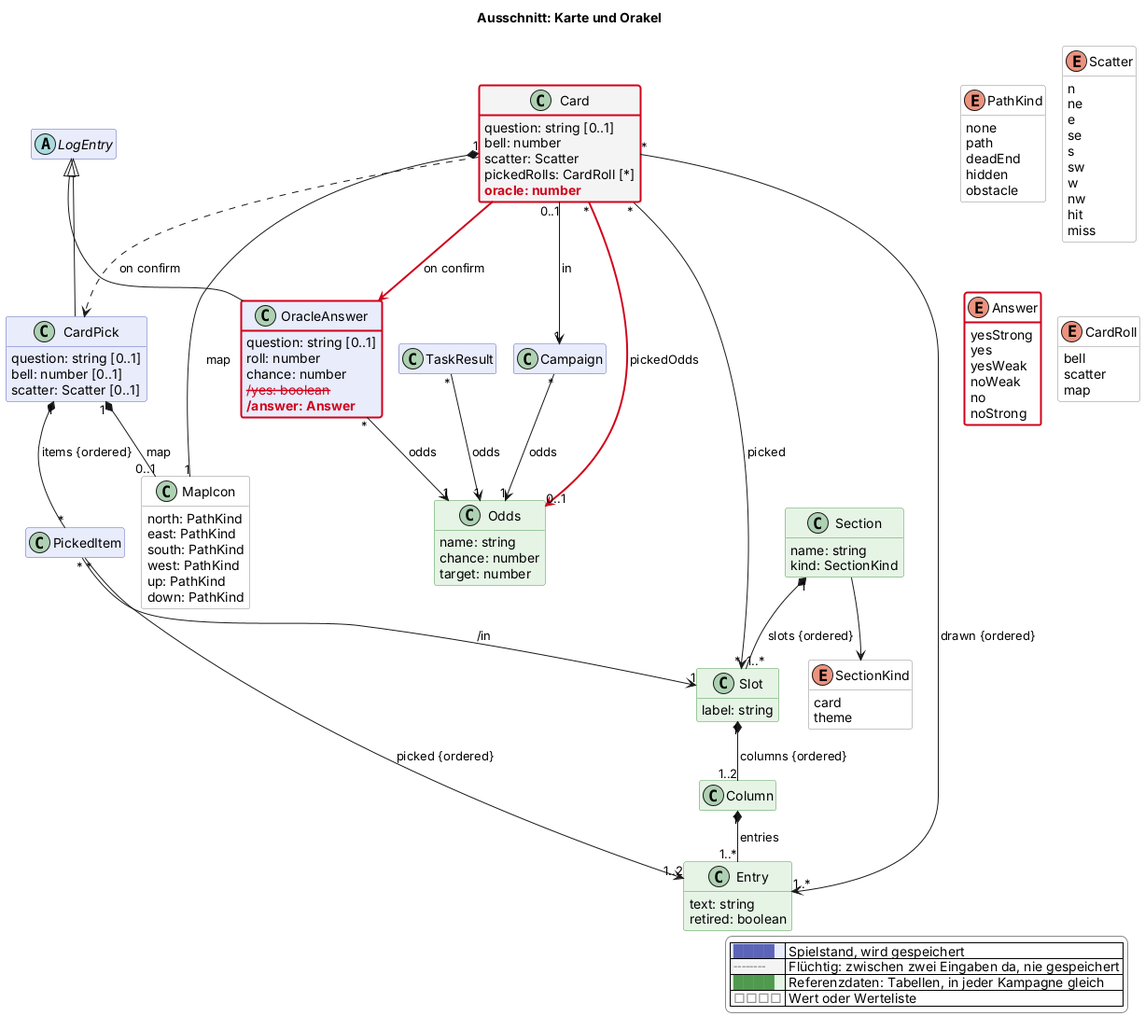
This is docs/views/karte.png from scuzzar/SRE, a PlantUML export, as it was before one commit.
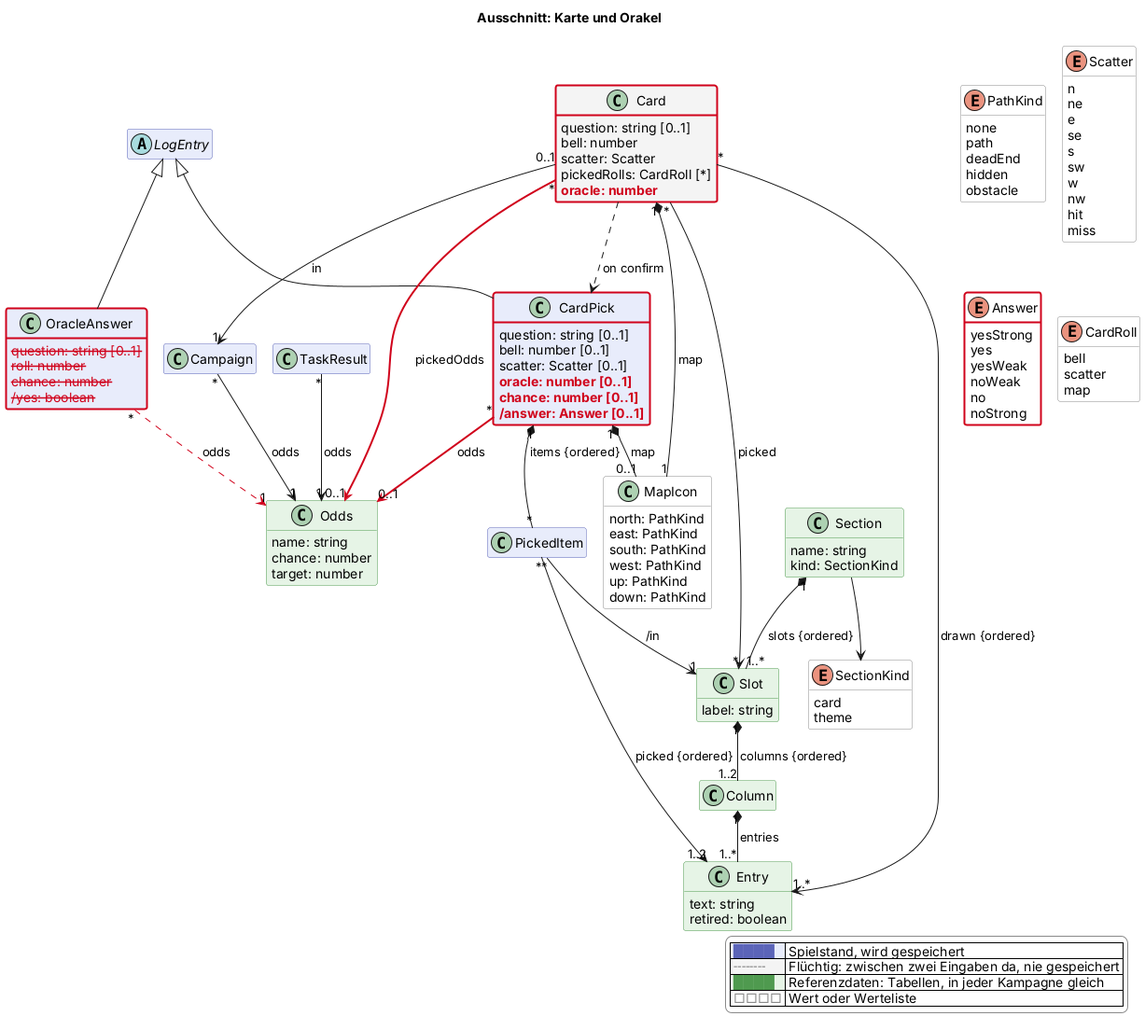
After the change.

Commit message:
Modell und Entwurf: Orakel auf der Karte, neuer Aufbau des Orakel-Screens

Diff of the diagram source:
```diff
@@ -72,16 +72,18 @@
 
   abstract class LogEntry $probe
   class OracleAnswer $karte {
-    question: string [0..1]
-    roll: number
-    chance: number
+    $gone("2026-11-14d", "question: string [0..1]")
+    $gone("2026-11-14d", "roll: number")
+    $gone("2026-11-14d", "chance: number")
     $gone("2026-11-14d", "/yes: boolean")
-    $new("2026-11-14d", "/answer: Answer")
   }
   class CardPick $karte {
     question: string [0..1]
     bell: number [0..1]
     scatter: Scatter [0..1]
+    $new("2026-11-14d", "oracle: number [0..1]")
+    $new("2026-11-14d", "chance: number [0..1]")
+    $new("2026-11-14d", "/answer: Answer [0..1]")
   }
   class PickedItem $karte
 
@@ -169,7 +171,7 @@
 LogEntry <|-- CardPick
 CardPick "1" *-- "*" PickedItem : items {ordered}
 CardPick "1" *-- "0..1" MapIcon : map
-OracleAnswer "*" --> "1" Odds : odds
+OracleAnswer "*" -$goneArrow("2026-11-14d")-> "1" Odds : odds
 TaskResult "*" --> "1" Odds : odds
 
 
@@ -179,7 +181,7 @@
 Card "*" --> "1..*" Entry : drawn {ordered}
 Card "*" --> "*" Slot : picked
 Card ..> CardPick : on confirm
-Card .$newArrow("2026-11-14d").> OracleAnswer : on confirm
+CardPick "*" -$newArrow("2026-11-14d")-> "0..1" Odds : odds
 Card "*" -$newArrow("2026-11-14d")-> "0..1" Odds : pickedOdds
 Card "1" *-- "1" MapIcon : map
 PickedItem "*" --> "1" Slot : /in
@@ -197,5 +199,6 @@
   |<#ffffff> <color:#8a8a8a>□□□□</color> | Wert oder Werteliste |
 endlegend
 class OracleAnswer #line:d0021b;line.bold
+class CardPick #line:d0021b;line.bold
 class Card #line:d0021b;line.bold
 @enduml
```
